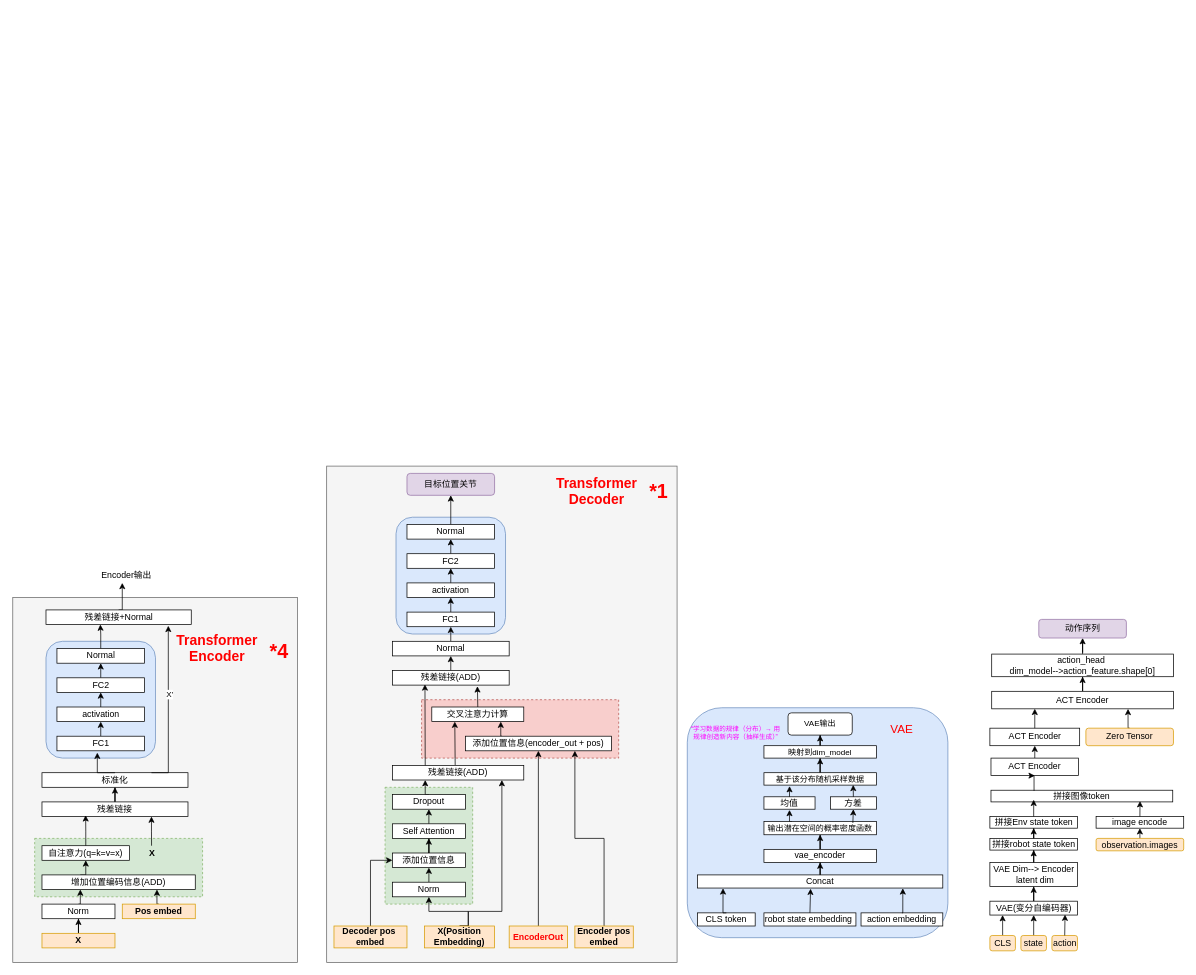
The draw.io diagram LLM/VLA/ACT-源码分析.drawio in mailonghua/drawio, before the edit. Source tidied: cells renumbered, new cells numbered last; positions are measured from the earlier drawing's top-left corner, leaving out a move shared by most shapes. Both pictures are drawn from the tidied source at 73%, with x=0, y=0 at pixel (12, 466).
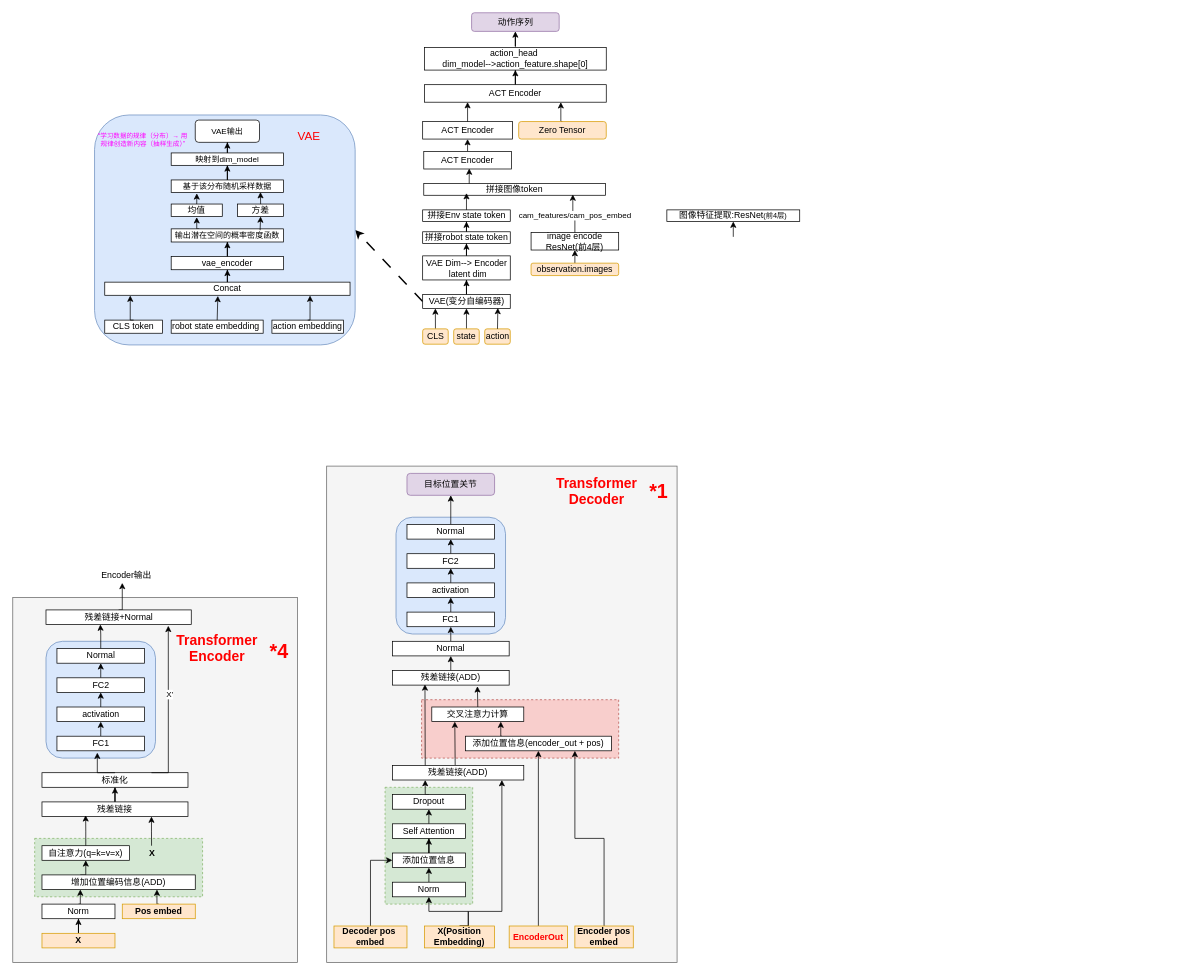
The same page after the edit.

Commit message (it also covers changes not shown here):
更新ACT-源码分析.drawio

Unchanged cells that the change refers to:
```xml
<mxCell id="110" style="edgeStyle=orthogonalEdgeStyle;rounded=0;jettySize=auto;html=1;exitX=0.5;exitY=0;exitDx=0;exitDy=0;entryX=0.82;entryY=0.931;entryDx=0;entryDy=0;entryPerimeter=0;" parent="1" edge="1" source="109" target="89">
  <mxGeometry relative="1" as="geometry" />
</mxCell>
```

What changed in the source:
```diff
@@
-    <mxCell id="2" style="rounded=1;whiteSpace=wrap;html=1;fillColor=#dae8fc;strokeColor=#6c8ebf;" parent="1" vertex="1">
-      <mxGeometry x="924" y="331" width="357" height="315" as="geometry" />
-    </mxCell>
@@
+    <mxCell id="135" style="edgeStyle=none;rounded=0;jettySize=auto;html=1;exitX=0;exitY=0.5;exitDx=0;exitDy=0;entryX=1;entryY=0.5;entryDx=0;entryDy=0;dashed=1;dashPattern=8 8;strokeWidth=2;" parent="1" edge="1" source="81" target="2">
+      <mxGeometry relative="1" as="geometry" />
+    </mxCell>
     <mxCell id="81" value="VAE(变分自编码器)" style="rounded=0;whiteSpace=wrap;html=1;" parent="1" vertex="1">
-      <mxGeometry x="1338.5" y="596" width="120" height="19" as="geometry" />
+      <mxGeometry x="561.5" y="-235" width="120" height="19" as="geometry" />
     </mxCell>
@@
     <mxCell id="83" value="VAE Dim--&amp;gt;&amp;nbsp;&lt;span style=&quot;background-color: transparent; color: light-dark(rgb(0, 0, 0), rgb(255, 255, 255));&quot;&gt;Encoder&lt;/span&gt;&lt;div&gt;&amp;nbsp;latent dim&lt;/div&gt;" style="rounded=0;whiteSpace=wrap;html=1;" parent="1" vertex="1">
-      <mxGeometry x="1338.5" y="543" width="120" height="33" as="geometry" />
+      <mxGeometry x="561.5" y="-288" width="120" height="33" as="geometry" />
     </mxCell>
@@
     <mxCell id="85" value="拼接robot state token" style="rounded=0;whiteSpace=wrap;html=1;" parent="1" vertex="1">
-      <mxGeometry x="1338.5" y="510" width="120" height="16" as="geometry" />
+      <mxGeometry x="561.5" y="-321" width="120" height="16" as="geometry" />
     </mxCell>
     <mxCell id="86" value="拼接Env state token" style="rounded=0;whiteSpace=wrap;html=1;" parent="1" vertex="1">
-      <mxGeometry x="1338.5" y="480" width="120" height="16" as="geometry" />
+      <mxGeometry x="561.5" y="-351" width="120" height="16" as="geometry" />
     </mxCell>
@@
     <mxCell id="88" value="observation.images" style="rounded=1;whiteSpace=wrap;html=1;fillColor=#ffe6cc;strokeColor=#d79b00;" parent="1" vertex="1">
-      <mxGeometry x="1484" y="510" width="120" height="17" as="geometry" />
+      <mxGeometry x="710" y="-278" width="120" height="17" as="geometry" />
     </mxCell>
     <mxCell id="89" value="拼接图像token" style="rounded=0;whiteSpace=wrap;html=1;" parent="1" vertex="1">
-      <mxGeometry x="1340" y="444" width="249" height="16" as="geometry" />
+      <mxGeometry x="563" y="-387" width="249" height="16" as="geometry" />
     </mxCell>
@@
     <mxCell id="91" value="ACT Encoder" style="rounded=0;whiteSpace=wrap;html=1;" parent="1" vertex="1">
-      <mxGeometry x="1340" y="400" width="120" height="24" as="geometry" />
+      <mxGeometry x="563" y="-431" width="120" height="24" as="geometry" />
     </mxCell>
     <mxCell id="92" value="ACT Encoder" style="rounded=0;whiteSpace=wrap;html=1;" parent="1" vertex="1">
-      <mxGeometry x="1338.5" y="359" width="123" height="24" as="geometry" />
+      <mxGeometry x="561.5" y="-472" width="123" height="24" as="geometry" />
     </mxCell>
@@
     <mxCell id="94" value="ACT Encoder" style="rounded=0;whiteSpace=wrap;html=1;" parent="1" vertex="1">
-      <mxGeometry x="1341" y="308.5" width="249" height="24" as="geometry" />
+      <mxGeometry x="564" y="-522.5" width="249" height="24" as="geometry" />
     </mxCell>
@@
     <mxCell id="96" value="Zero Tensor" style="rounded=1;whiteSpace=wrap;html=1;fillColor=#ffe6cc;strokeColor=#d79b00;" parent="1" vertex="1">
-      <mxGeometry x="1470" y="359" width="120" height="24" as="geometry" />
+      <mxGeometry x="693" y="-472" width="120" height="24" as="geometry" />
     </mxCell>
@@
     <mxCell id="99" value="action_head&amp;nbsp;&lt;br&gt;dim_model--&amp;gt;action_feature.shape[0]" style="rounded=0;whiteSpace=wrap;html=1;" parent="1" vertex="1">
-      <mxGeometry x="1341" y="257.5" width="249" height="31" as="geometry" />
+      <mxGeometry x="564" y="-573.5" width="249" height="31" as="geometry" />
     </mxCell>
     <mxCell id="100" value="动作序列" style="whiteSpace=wrap;html=1;rounded=1;fillColor=#e1d5e7;strokeColor=#9673a6;" parent="1" vertex="1">
-      <mxGeometry x="1405.5" y="210" width="120" height="25.5" as="geometry" />
+      <mxGeometry x="628.5" y="-621" width="120" height="25.5" as="geometry" />
     </mxCell>
@@
     <mxCell id="102" value="state" style="rounded=1;whiteSpace=wrap;html=1;fillColor=#ffe6cc;strokeColor=#d79b00;" parent="1" vertex="1">
-      <mxGeometry x="1381" y="643" width="35" height="21" as="geometry" />
+      <mxGeometry x="604" y="-188" width="35" height="21" as="geometry" />
     </mxCell>
     <mxCell id="103" value="action" style="rounded=1;whiteSpace=wrap;html=1;fillColor=#ffe6cc;strokeColor=#d79b00;" parent="1" vertex="1">
-      <mxGeometry x="1423.5" y="643" width="35" height="21" as="geometry" />
+      <mxGeometry x="646.5" y="-188" width="35" height="21" as="geometry" />
     </mxCell>
     <mxCell id="104" style="edgeStyle=orthogonalEdgeStyle;rounded=0;jettySize=auto;html=1;exitX=0.5;exitY=0;exitDx=0;exitDy=0;" parent="1" edge="1" source="105">
       <mxGeometry relative="1" as="geometry">
-        <mxPoint x="1355.9" y="615" as="targetPoint" />
+        <mxPoint x="578.9" y="-216" as="targetPoint" />
       </mxGeometry>
     </mxCell>
     <mxCell id="105" value="CLS" style="rounded=1;whiteSpace=wrap;html=1;fillColor=#ffe6cc;strokeColor=#d79b00;" parent="1" vertex="1">
-      <mxGeometry x="1338.5" y="643" width="35" height="21" as="geometry" />
+      <mxGeometry x="561.5" y="-188" width="35" height="21" as="geometry" />
     </mxCell>
@@
-    <mxCell id="107" style="edgeStyle=orthogonalEdgeStyle;rounded=0;jettySize=auto;html=1;exitX=0.5;exitY=1;exitDx=0;exitDy=0;entryX=0.237;entryY=0.062;entryDx=0;entryDy=0;entryPerimeter=0;startArrow=classic;startFill=1;endArrow=none;endFill=0;" parent="1" edge="1" source="91" target="89">
-      <mxGeometry relative="1" as="geometry" />
-    </mxCell>
@@
-    <mxCell id="109" value="image encode" style="rounded=0;whiteSpace=wrap;html=1;" parent="1" vertex="1">
-      <mxGeometry x="1484" y="480" width="120" height="16" as="geometry" />
+    <mxCell id="109" value="image encode&lt;div&gt;ResNet(前4层)&lt;br&gt;&lt;/div&gt;" style="rounded=0;whiteSpace=wrap;html=1;" parent="1" vertex="1">
+      <mxGeometry x="710" y="-320" width="120" height="24" as="geometry" />
     </mxCell>
@@
+    <mxCell id="136" value="cam_features/cam_pos_embed" style="edgeLabel;html=1;align=center;verticalAlign=middle;" parent="110" vertex="1">
+      <mxGeometry x="-0.11" y="1" relative="1" as="geometry" />
+    </mxCell>
+    <mxCell id="137" style="group;" parent="1" vertex="1">
+      <mxGeometry x="112" y="-481" width="357" height="315" as="geometry" />
+    </mxCell>
+    <mxCell id="2" style="rounded=1;whiteSpace=wrap;html=1;fillColor=#dae8fc;strokeColor=#6c8ebf;" parent="137" vertex="1">
+      <mxGeometry width="357" height="315" as="geometry" />
+    </mxCell>
-    <mxCell id="111" value="CLS token" style="rounded=0;whiteSpace=wrap;html=1;" parent="1" vertex="1">
-      <mxGeometry x="938" y="612" width="79" height="18" as="geometry" />
+    <mxCell id="111" value="CLS token" style="rounded=0;whiteSpace=wrap;html=1;" parent="137" vertex="1">
+      <mxGeometry x="14" y="281" width="79" height="18" as="geometry" />
     </mxCell>
-    <mxCell id="112" value="robot state embedding&amp;nbsp;" style="rounded=0;whiteSpace=wrap;html=1;" parent="1" vertex="1">
-      <mxGeometry x="1029" y="612" width="126" height="18" as="geometry" />
+    <mxCell id="112" value="robot state embedding&amp;nbsp;" style="rounded=0;whiteSpace=wrap;html=1;" parent="137" vertex="1">
+      <mxGeometry x="105" y="281" width="126" height="18" as="geometry" />
     </mxCell>
-    <mxCell id="113" value="action embedding" style="rounded=0;whiteSpace=wrap;html=1;" parent="1" vertex="1">
-      <mxGeometry x="1162" y="612" width="112" height="18" as="geometry" />
+    <mxCell id="113" value="action embedding" style="rounded=0;whiteSpace=wrap;html=1;" parent="137" vertex="1">
+      <mxGeometry x="243" y="281" width="98" height="18" as="geometry" />
     </mxCell>
-    <mxCell id="114" style="edgeStyle=orthogonalEdgeStyle;rounded=0;jettySize=auto;html=1;" parent="1" edge="1" source="115" target="120">
+    <mxCell id="114" style="edgeStyle=orthogonalEdgeStyle;rounded=0;jettySize=auto;html=1;" parent="137" edge="1" source="115" target="120">
       <mxGeometry relative="1" as="geometry" />
     </mxCell>
-    <mxCell id="115" value="Concat" style="rounded=0;whiteSpace=wrap;html=1;" parent="1" vertex="1">
-      <mxGeometry x="938" y="560" width="336" height="18" as="geometry" />
+    <mxCell id="115" value="Concat" style="rounded=0;whiteSpace=wrap;html=1;" parent="137" vertex="1">
+      <mxGeometry x="14" y="229" width="336" height="18" as="geometry" />
     </mxCell>
-    <mxCell id="116" style="edgeStyle=orthogonalEdgeStyle;rounded=0;jettySize=auto;html=1;exitX=0.5;exitY=0;exitDx=0;exitDy=0;entryX=0.104;entryY=1.019;entryDx=0;entryDy=0;entryPerimeter=0;" parent="1" edge="1" source="111" target="115">
+    <mxCell id="116" style="edgeStyle=orthogonalEdgeStyle;rounded=0;jettySize=auto;html=1;exitX=0.5;exitY=0;exitDx=0;exitDy=0;entryX=0.104;entryY=1.019;entryDx=0;entryDy=0;entryPerimeter=0;" parent="137" edge="1" source="111" target="115">
       <mxGeometry relative="1" as="geometry" />
     </mxCell>
-    <mxCell id="117" style="edgeStyle=orthogonalEdgeStyle;rounded=0;jettySize=auto;html=1;exitX=0.5;exitY=0;exitDx=0;exitDy=0;entryX=0.837;entryY=1.019;entryDx=0;entryDy=0;entryPerimeter=0;" parent="1" edge="1" source="113" target="115">
+    <mxCell id="117" style="edgeStyle=orthogonalEdgeStyle;rounded=0;jettySize=auto;html=1;exitX=0.5;exitY=0;exitDx=0;exitDy=0;entryX=0.837;entryY=1.019;entryDx=0;entryDy=0;entryPerimeter=0;" parent="137" edge="1" source="113" target="115">
       <mxGeometry relative="1" as="geometry" />
     </mxCell>
-    <mxCell id="118" style="edgeStyle=orthogonalEdgeStyle;rounded=0;jettySize=auto;html=1;exitX=0.5;exitY=0;exitDx=0;exitDy=0;entryX=0.461;entryY=1.049;entryDx=0;entryDy=0;entryPerimeter=0;" parent="1" edge="1" source="112" target="115">
+    <mxCell id="118" style="edgeStyle=orthogonalEdgeStyle;rounded=0;jettySize=auto;html=1;exitX=0.5;exitY=0;exitDx=0;exitDy=0;entryX=0.461;entryY=1.049;entryDx=0;entryDy=0;entryPerimeter=0;" parent="137" edge="1" source="112" target="115">
       <mxGeometry relative="1" as="geometry" />
     </mxCell>
-    <mxCell id="119" style="edgeStyle=orthogonalEdgeStyle;rounded=0;jettySize=auto;html=1;" parent="1" edge="1" source="120" target="122">
+    <mxCell id="119" style="edgeStyle=orthogonalEdgeStyle;rounded=0;jettySize=auto;html=1;" parent="137" edge="1" source="120" target="122">
       <mxGeometry relative="1" as="geometry" />
     </mxCell>
-    <mxCell id="120" value="vae_encoder" style="rounded=0;whiteSpace=wrap;html=1;" parent="1" vertex="1">
-      <mxGeometry x="1029" y="525" width="154" height="18" as="geometry" />
+    <mxCell id="120" value="vae_encoder" style="rounded=0;whiteSpace=wrap;html=1;" parent="137" vertex="1">
+      <mxGeometry x="105" y="194" width="154" height="18" as="geometry" />
     </mxCell>
-    <mxCell id="121" style="edgeStyle=orthogonalEdgeStyle;rounded=0;jettySize=auto;html=1;exitX=0.25;exitY=0;exitDx=0;exitDy=0;" parent="1" edge="1" source="122">
+    <mxCell id="121" style="edgeStyle=orthogonalEdgeStyle;rounded=0;jettySize=auto;html=1;exitX=0.25;exitY=0;exitDx=0;exitDy=0;" parent="137" edge="1" source="122">
       <mxGeometry relative="1" as="geometry">
-        <mxPoint x="1064" y="471" as="targetPoint" />
+        <mxPoint x="140" y="140" as="targetPoint" />
       </mxGeometry>
     </mxCell>
-    <mxCell id="122" value="输出潜在空间的概率密度函数" style="rounded=0;whiteSpace=wrap;html=1;fontSize=11;" parent="1" vertex="1">
-      <mxGeometry x="1029" y="487" width="154" height="18" as="geometry" />
+    <mxCell id="122" value="输出潜在空间的概率密度函数" style="rounded=0;whiteSpace=wrap;html=1;fontSize=11;" parent="137" vertex="1">
+      <mxGeometry x="105" y="156" width="154" height="18" as="geometry" />
     </mxCell>
-    <mxCell id="123" value="均值" style="rounded=0;whiteSpace=wrap;html=1;" parent="1" vertex="1">
-      <mxGeometry x="1029" y="453" width="70" height="17" as="geometry" />
+    <mxCell id="123" value="均值" style="rounded=0;whiteSpace=wrap;html=1;" parent="137" vertex="1">
+      <mxGeometry x="105" y="122" width="70" height="17" as="geometry" />
     </mxCell>
-    <mxCell id="124" value="方差" style="rounded=0;whiteSpace=wrap;html=1;" parent="1" vertex="1">
-      <mxGeometry x="1120" y="453" width="63" height="17" as="geometry" />
+    <mxCell id="124" value="方差" style="rounded=0;whiteSpace=wrap;html=1;" parent="137" vertex="1">
+      <mxGeometry x="196" y="122" width="63" height="17" as="geometry" />
     </mxCell>
-    <mxCell id="125" style="edgeStyle=orthogonalEdgeStyle;rounded=0;jettySize=auto;html=1;exitX=0.5;exitY=1;exitDx=0;exitDy=0;entryX=0.791;entryY=0.105;entryDx=0;entryDy=0;entryPerimeter=0;startArrow=classic;startFill=1;endArrow=none;endFill=0;" parent="1" edge="1" source="124" target="122">
+    <mxCell id="125" style="edgeStyle=orthogonalEdgeStyle;rounded=0;jettySize=auto;html=1;exitX=0.5;exitY=1;exitDx=0;exitDy=0;entryX=0.791;entryY=0.105;entryDx=0;entryDy=0;entryPerimeter=0;startArrow=classic;startFill=1;endArrow=none;endFill=0;" parent="137" edge="1" source="124" target="122">
       <mxGeometry relative="1" as="geometry" />
     </mxCell>
-    <mxCell id="126" style="edgeStyle=orthogonalEdgeStyle;rounded=0;jettySize=auto;html=1;" parent="1" edge="1" source="127" target="131">
+    <mxCell id="126" style="edgeStyle=orthogonalEdgeStyle;rounded=0;jettySize=auto;html=1;" parent="137" edge="1" source="127" target="131">
       <mxGeometry relative="1" as="geometry" />
     </mxCell>
-    <mxCell id="127" value="基于该分布随机采样数据" style="rounded=0;whiteSpace=wrap;html=1;fontSize=11;" parent="1" vertex="1">
-      <mxGeometry x="1029" y="420" width="154" height="17" as="geometry" />
+    <mxCell id="127" value="基于该分布随机采样数据" style="rounded=0;whiteSpace=wrap;html=1;fontSize=11;" parent="137" vertex="1">
+      <mxGeometry x="105" y="89" width="154" height="17" as="geometry" />
     </mxCell>
-    <mxCell id="128" style="edgeStyle=orthogonalEdgeStyle;rounded=0;jettySize=auto;html=1;exitX=0.5;exitY=0;exitDx=0;exitDy=0;entryX=0.228;entryY=1.078;entryDx=0;entryDy=0;entryPerimeter=0;" parent="1" edge="1" source="123" target="127">
+    <mxCell id="128" style="edgeStyle=orthogonalEdgeStyle;rounded=0;jettySize=auto;html=1;exitX=0.5;exitY=0;exitDx=0;exitDy=0;entryX=0.228;entryY=1.078;entryDx=0;entryDy=0;entryPerimeter=0;" parent="137" edge="1" source="123" target="127">
       <mxGeometry relative="1" as="geometry" />
     </mxCell>
-    <mxCell id="129" style="edgeStyle=orthogonalEdgeStyle;rounded=0;jettySize=auto;html=1;exitX=0.5;exitY=0;exitDx=0;exitDy=0;entryX=0.794;entryY=0.98;entryDx=0;entryDy=0;entryPerimeter=0;" parent="1" edge="1" source="124" target="127">
+    <mxCell id="129" style="edgeStyle=orthogonalEdgeStyle;rounded=0;jettySize=auto;html=1;exitX=0.5;exitY=0;exitDx=0;exitDy=0;entryX=0.794;entryY=0.98;entryDx=0;entryDy=0;entryPerimeter=0;" parent="137" edge="1" source="124" target="127">
       <mxGeometry relative="1" as="geometry" />
     </mxCell>
-    <mxCell id="130" style="edgeStyle=orthogonalEdgeStyle;rounded=0;jettySize=auto;html=1;" parent="1" edge="1" source="131" target="132">
+    <mxCell id="130" style="edgeStyle=orthogonalEdgeStyle;rounded=0;jettySize=auto;html=1;" parent="137" edge="1" source="131" target="132">
       <mxGeometry relative="1" as="geometry" />
     </mxCell>
-    <mxCell id="131" value="映射到dim_model" style="rounded=0;whiteSpace=wrap;html=1;fontSize=11;" parent="1" vertex="1">
-      <mxGeometry x="1029" y="383" width="154" height="17" as="geometry" />
+    <mxCell id="131" value="映射到dim_model" style="rounded=0;whiteSpace=wrap;html=1;fontSize=11;" parent="137" vertex="1">
+      <mxGeometry x="105" y="52" width="154" height="17" as="geometry" />
     </mxCell>
-    <mxCell id="132" value="VAE输出" style="whiteSpace=wrap;html=1;fontSize=11;rounded=1;" parent="1" vertex="1">
-      <mxGeometry x="1062" y="338" width="88" height="30.5" as="geometry" />
+    <mxCell id="132" value="VAE输出" style="whiteSpace=wrap;html=1;fontSize=11;rounded=1;" parent="137" vertex="1">
+      <mxGeometry x="138" y="7" width="88" height="30.5" as="geometry" />
     </mxCell>
-    <mxCell id="133" value="VAE" style="text;strokeColor=none;align=center;fillColor=none;html=1;verticalAlign=middle;whiteSpace=wrap;rounded=0;fontColor=#FF0000;fontSize=16;" parent="1" vertex="1">
-      <mxGeometry x="1188" y="345" width="60" height="30" as="geometry" />
+    <mxCell id="133" value="VAE" style="text;strokeColor=none;align=center;fillColor=none;html=1;verticalAlign=middle;whiteSpace=wrap;rounded=0;fontColor=#FF0000;fontSize=16;" parent="137" vertex="1">
+      <mxGeometry x="264" y="14" width="60" height="30" as="geometry" />
     </mxCell>
-    <mxCell id="134" value="“学习数据的规律（分布）→ 用规律创造新内容（抽样生成）”" style="text;strokeColor=none;align=center;fillColor=none;html=1;verticalAlign=middle;whiteSpace=wrap;rounded=0;fontSize=9;fontColor=#FF00FF;" parent="1" vertex="1">
-      <mxGeometry x="924" y="350" width="133" height="30" as="geometry" />
+    <mxCell id="134" value="“学习数据的规律（分布）→ 用规律创造新内容（抽样生成）”" style="text;strokeColor=none;align=center;fillColor=none;html=1;verticalAlign=middle;whiteSpace=wrap;rounded=0;fontSize=9;fontColor=#FF00FF;" parent="137" vertex="1">
+      <mxGeometry y="19" width="133" height="30" as="geometry" />
     </mxCell>
+    <mxCell id="138" style="edgeStyle=none;rounded=0;jettySize=auto;html=1;exitX=0.25;exitY=0;exitDx=0;exitDy=0;entryX=0.519;entryY=0.971;entryDx=0;entryDy=0;entryPerimeter=0;" parent="1" edge="1" source="89" target="91">
+      <mxGeometry relative="1" as="geometry" />
+    </mxCell>
+    <mxCell id="139" style="edgeStyle=orthogonalEdgeStyle;rounded=0;jettySize=auto;html=1;startArrow=classic;startFill=1;endArrow=none;endFill=0;" parent="1" edge="1" source="140">
+      <mxGeometry relative="1" as="geometry">
+        <mxPoint x="987.1" y="-314" as="targetPoint" />
+      </mxGeometry>
+    </mxCell>
+    <mxCell id="140" value="图像特征提取:ResNet&lt;font style=&quot;font-size: 10px;&quot;&gt;(前4层)&lt;/font&gt;" style="rounded=0;whiteSpace=wrap;html=1;" parent="1" vertex="1">
+      <mxGeometry x="896" y="-351" width="182" height="16" as="geometry" />
+    </mxCell>
```
